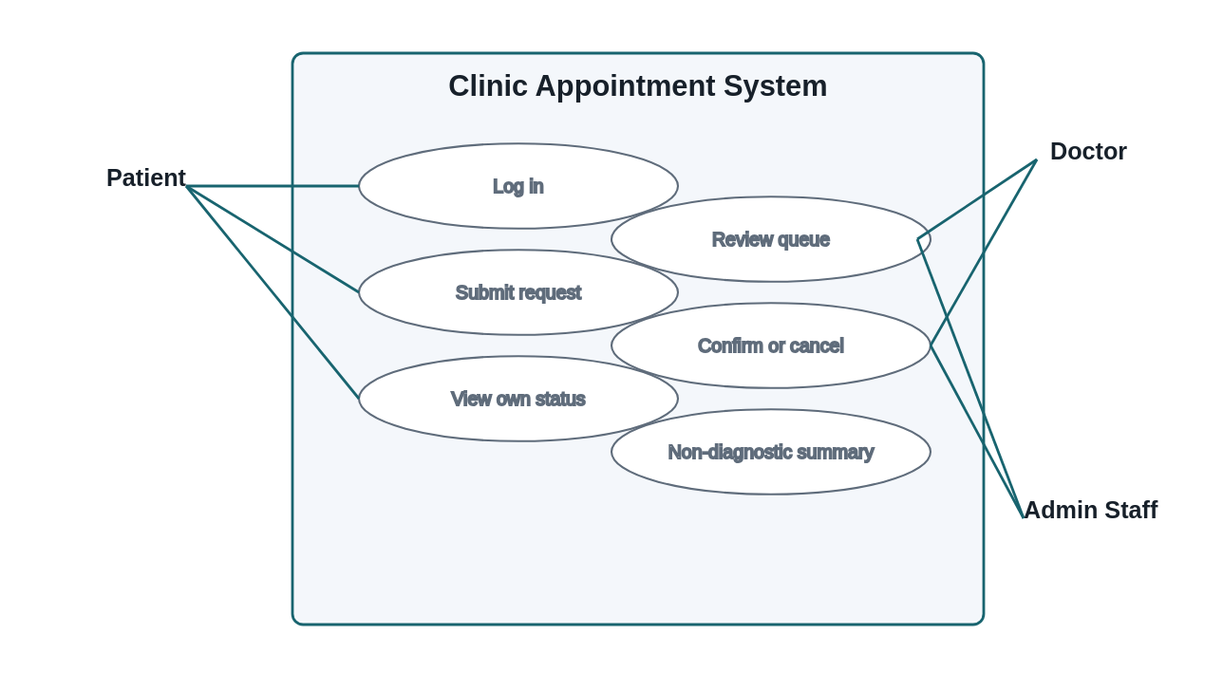
XGS61/DTS114 keeps this PlantUML diagram as Task2/clinic_app/artifacts/diagrams/use_case_diagram.svg. Above is the earlier version. Its source is kept beside it as Task2/clinic_app/artifacts/diagrams/use_case_diagram.puml.
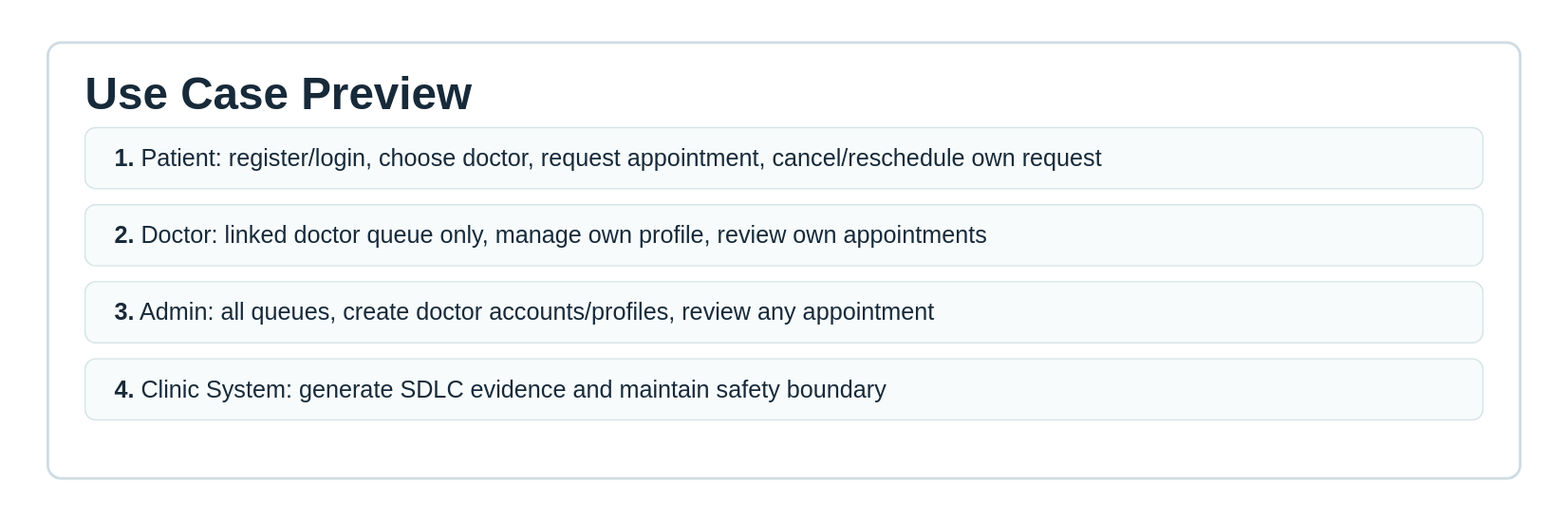
Later version of the same file.

Diff of the diagram source:
```diff
@@ -1,25 +1,46 @@
 @startuml
 left to right direction
-actor Patient
-actor Doctor
-actor "Admin Staff" as Admin
-rectangle "Clinic Appointment System" {
-  usecase "Log in" as UC1
-  usecase "Submit appointment request" as UC2
-  usecase "View own request status" as UC3
-  usecase "Review shared queue" as UC4
-  usecase "Confirm or cancel request" as UC5
-  usecase "View non-diagnostic summary" as UC6
+actor Patient as P
+actor Doctor as D
+actor Admin as A
+actor "Clinic System" as S
+rectangle Clinic_Appointment_System {
+  usecase "Login" as UC1
+  usecase "Register Account" as UC2
+  usecase "Select Doctor Schedule" as UC3
+  usecase "View Doctor Availability" as UC4
+  usecase "Request Appointment" as UC5
+  usecase "View Own Appointments" as UC6
+  usecase "Cancel Own Appointment" as UC7
+  usecase "Request Reschedule" as UC8
+  usecase "View Linked Doctor Queue" as UC9
+  usecase "Manage Own Doctor Profile" as UC10
+  usecase "Review Own Appointments" as UC11
+  usecase "View Own Audit Trail" as UC12
+  usecase "View All Queues" as UC13
+  usecase "Create Doctor Account/Profile" as UC14
+  usecase "Review Any Appointment" as UC15
+  usecase "Generate SDLC Evidence" as UC16
 }
-Patient --> UC1
-Patient --> UC2
-Patient --> UC3
-Doctor --> UC1
-Doctor --> UC4
-Doctor --> UC5
-Doctor --> UC6
-Admin --> UC1
-Admin --> UC4
-Admin --> UC5
-UC5 ..> UC6 : <<include>>
+P --> UC1
+P --> UC2
+P --> UC3
+P --> UC4
+P --> UC5
+P --> UC6
+P --> UC7
+P --> UC8
+D --> UC1
+D --> UC2
+D --> UC9
+D --> UC10
+D --> UC11
+D --> UC12
+A --> UC1
+A --> UC2
+A --> UC13
+A --> UC14
+A --> UC15
+A --> UC12
+S --> UC16
 @enduml
```
